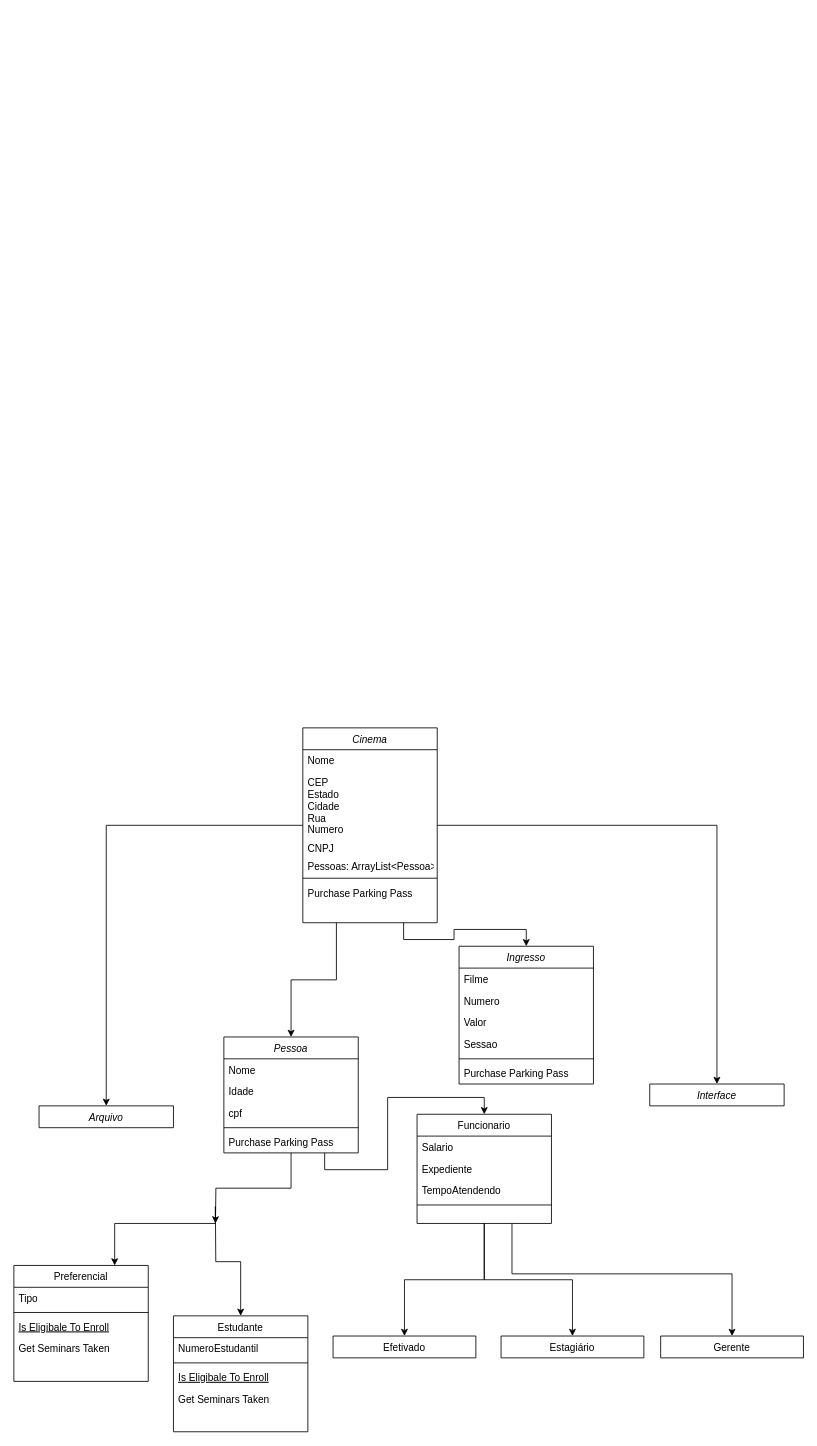
Above: classPPOO.drawio in IsabelleCoelho/Fila_de_Cinema_PPOO (draw.io), before the change. Source tidied: cells renumbered, new cells numbered last; positions are measured from the earlier drawing's top-left corner, leaving out a move shared by most shapes. Both pictures are drawn from the tidied source at 84%, with x=0, y=0 at pixel (13, 727).
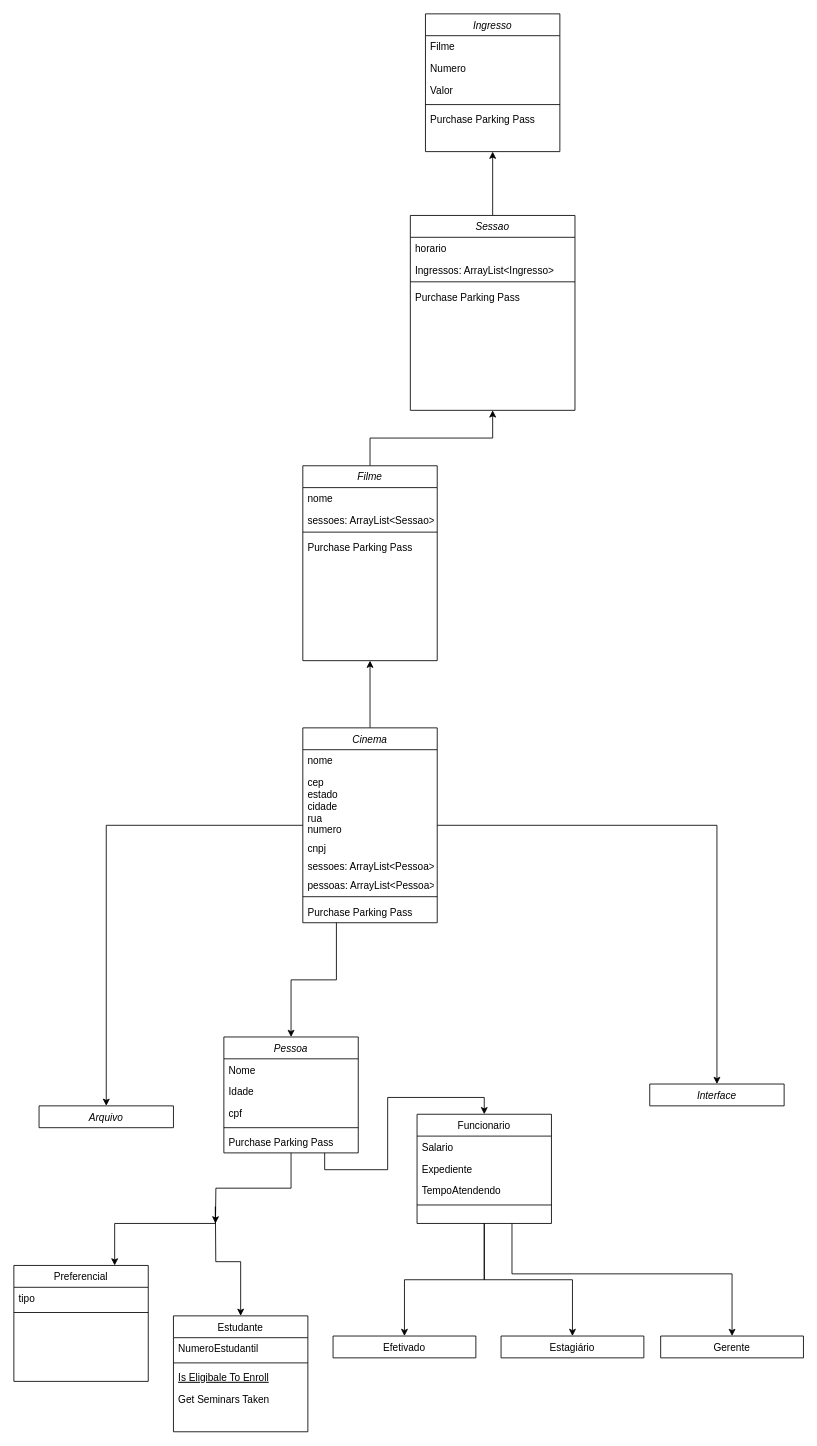
The same diagram, later.

Commit message (it also covers changes not shown here):
Adicionei as classes Filme e Sessao para que fizesse mais sentido na construção do sistema no todo

The change refers to these unchanged cells:
```xml
<mxCell id="18" value="Cinema" style="swimlane;fontStyle=2;align=center;verticalAlign=top;horizontal=1;startSize=26;rounded=0;shadow=0;strokeWidth=1;" parent="1" vertex="1">
  <mxGeometry x="344" width="160" height="232" as="geometry" />
</mxCell>
<mxCell id="43" value="Preferencial" style="swimlane;fontStyle=0;align=center;verticalAlign=top;horizontal=1;startSize=26;rounded=0;shadow=0;strokeWidth=1;" parent="1" vertex="1">
  <mxGeometry y="640" width="160" height="138" as="geometry" />
</mxCell>
```

The edit, as a diff of the source:
```diff
@@
-    <mxCell id="8" style="edgeStyle=orthogonalEdgeStyle;rounded=0;jettySize=auto;html=1;exitX=0.75;exitY=1;exitDx=0;exitDy=0;entryX=0.5;entryY=0;entryDx=0;entryDy=0;" parent="1" edge="1" source="18" target="31">
-      <mxGeometry relative="1" as="geometry" />
-    </mxCell>
@@
+    <mxCell id="53" style="edgeStyle=orthogonalEdgeStyle;rounded=0;jettySize=auto;html=1;" parent="1" edge="1" source="18" target="61">
+      <mxGeometry relative="1" as="geometry" />
+    </mxCell>
@@
-    <mxCell id="19" value="Nome" style="text;align=left;verticalAlign=top;spacingLeft=4;spacingRight=4;overflow=hidden;" parent="18" vertex="1">
+    <mxCell id="19" value="nome" style="text;align=left;verticalAlign=top;spacingLeft=4;spacingRight=4;overflow=hidden;" parent="18" vertex="1">
       <mxGeometry y="26" width="160" height="26" as="geometry" />
     </mxCell>
-    <mxCell id="20" value="CEP&#10;Estado&#10;Cidade&#10;Rua&#10;Numero" style="text;align=left;verticalAlign=top;spacingLeft=4;spacingRight=4;overflow=hidden;rounded=0;shadow=0;html=0;" parent="18" vertex="1">
+    <mxCell id="20" value="cep&#10;estado&#10;cidade&#10;rua&#10;numero" style="text;align=left;verticalAlign=top;spacingLeft=4;spacingRight=4;overflow=hidden;rounded=0;shadow=0;html=0;" parent="18" vertex="1">
       <mxGeometry y="52" width="160" height="78" as="geometry" />
     </mxCell>
-    <mxCell id="21" value="CNPJ" style="text;align=left;verticalAlign=top;spacingLeft=4;spacingRight=4;overflow=hidden;rounded=0;shadow=0;html=0;" parent="18" vertex="1">
+    <mxCell id="21" value="cnpj" style="text;align=left;verticalAlign=top;spacingLeft=4;spacingRight=4;overflow=hidden;rounded=0;shadow=0;html=0;" parent="18" vertex="1">
       <mxGeometry y="130" width="160" height="22" as="geometry" />
     </mxCell>
+    <mxCell id="54" value="sessoes: ArrayList&lt;Pessoa&gt;" style="text;align=left;verticalAlign=top;spacingLeft=4;spacingRight=4;overflow=hidden;rounded=0;shadow=0;html=0;" parent="18" vertex="1">
+      <mxGeometry y="152" width="160" height="22" as="geometry" />
+    </mxCell>
-    <mxCell id="22" value="Pessoas: ArrayList&lt;Pessoa&gt;" style="text;align=left;verticalAlign=top;spacingLeft=4;spacingRight=4;overflow=hidden;rounded=0;shadow=0;html=0;" parent="18" vertex="1">
-      <mxGeometry y="152" width="160" height="22" as="geometry" />
+    <mxCell id="22" value="pessoas: ArrayList&lt;Pessoa&gt;" style="text;align=left;verticalAlign=top;spacingLeft=4;spacingRight=4;overflow=hidden;rounded=0;shadow=0;html=0;" parent="18" vertex="1">
+      <mxGeometry y="174" width="160" height="22" as="geometry" />
     </mxCell>
     <mxCell id="23" style="line;html=1;strokeWidth=1;align=left;verticalAlign=middle;spacingTop=-1;spacingLeft=3;spacingRight=3;labelPosition=right;" parent="18" vertex="1">
-      <mxGeometry y="174" width="160" height="10" as="geometry" />
+      <mxGeometry y="196" width="160" height="10" as="geometry" />
     </mxCell>
     <mxCell id="24" value="Purchase Parking Pass" style="text;align=left;verticalAlign=top;spacingLeft=4;spacingRight=4;overflow=hidden;" parent="18" vertex="1">
-      <mxGeometry y="184" width="160" height="26" as="geometry" />
+      <mxGeometry y="206" width="160" height="26" as="geometry" />
     </mxCell>
@@
-    <mxCell id="31" value="Ingresso" style="swimlane;fontStyle=2;align=center;verticalAlign=top;horizontal=1;startSize=26;rounded=0;shadow=0;strokeWidth=1;" parent="1" vertex="1">
-      <mxGeometry x="530" y="260" width="160" height="164" as="geometry" />
-    </mxCell>
-    <mxCell id="32" value="Filme" style="text;align=left;verticalAlign=top;spacingLeft=4;spacingRight=4;overflow=hidden;" parent="31" vertex="1">
-      <mxGeometry y="26" width="160" height="26" as="geometry" />
-    </mxCell>
-    <mxCell id="33" value="Numero" style="text;align=left;verticalAlign=top;spacingLeft=4;spacingRight=4;overflow=hidden;rounded=0;shadow=0;html=0;" parent="31" vertex="1">
-      <mxGeometry y="52" width="160" height="26" as="geometry" />
-    </mxCell>
-    <mxCell id="34" value="Valor" style="text;align=left;verticalAlign=top;spacingLeft=4;spacingRight=4;overflow=hidden;rounded=0;shadow=0;html=0;" parent="31" vertex="1">
-      <mxGeometry y="78" width="160" height="26" as="geometry" />
-    </mxCell>
-    <mxCell id="35" value="Sessao" style="text;align=left;verticalAlign=top;spacingLeft=4;spacingRight=4;overflow=hidden;points=[[0,0.5],[1,0.5]];portConstraint=eastwest;rounded=0;shadow=0;html=0;" parent="31" vertex="1">
-      <mxGeometry y="104" width="160" height="26" as="geometry" />
-    </mxCell>
-    <mxCell id="36" style="line;html=1;strokeWidth=1;align=left;verticalAlign=middle;spacingTop=-1;spacingLeft=3;spacingRight=3;labelPosition=right;" parent="31" vertex="1">
-      <mxGeometry y="130" width="160" height="8" as="geometry" />
-    </mxCell>
-    <mxCell id="37" value="Purchase Parking Pass" style="text;align=left;verticalAlign=top;spacingLeft=4;spacingRight=4;overflow=hidden;" parent="31" vertex="1">
-      <mxGeometry y="138" width="160" height="26" as="geometry" />
-    </mxCell>
@@
-    <mxCell id="44" value="Tipo" style="text;align=left;verticalAlign=top;spacingLeft=4;spacingRight=4;overflow=hidden;" parent="43" vertex="1">
+    <mxCell id="44" value="tipo" style="text;align=left;verticalAlign=top;spacingLeft=4;spacingRight=4;overflow=hidden;" parent="43" vertex="1">
       <mxGeometry y="26" width="160" height="26" as="geometry" />
     </mxCell>
@@
-    <mxCell id="46" value="Is Eligibale To Enroll" style="text;align=left;verticalAlign=top;spacingLeft=4;spacingRight=4;overflow=hidden;fontStyle=4;" parent="43" vertex="1">
-      <mxGeometry y="60" width="160" height="26" as="geometry" />
-    </mxCell>
-    <mxCell id="47" value="Get Seminars Taken" style="text;align=left;verticalAlign=top;spacingLeft=4;spacingRight=4;overflow=hidden;" parent="43" vertex="1">
-      <mxGeometry y="86" width="160" height="26" as="geometry" />
-    </mxCell>
@@
+    <mxCell id="55" style="edgeStyle=orthogonalEdgeStyle;rounded=0;jettySize=auto;html=1;exitX=0.5;exitY=0;exitDx=0;exitDy=0;entryX=0.5;entryY=1;entryDx=0;entryDy=0;" parent="1" edge="1" source="35" target="31">
+      <mxGeometry relative="1" as="geometry" />
+    </mxCell>
+    <mxCell id="31" value="Ingresso" style="swimlane;fontStyle=2;align=center;verticalAlign=top;horizontal=1;startSize=26;rounded=0;shadow=0;strokeWidth=1;" parent="1" vertex="1">
+      <mxGeometry x="490" y="-850" width="160" height="164" as="geometry" />
+    </mxCell>
+    <mxCell id="32" value="Filme" style="text;align=left;verticalAlign=top;spacingLeft=4;spacingRight=4;overflow=hidden;" parent="31" vertex="1">
+      <mxGeometry y="26" width="160" height="26" as="geometry" />
+    </mxCell>
+    <mxCell id="33" value="Numero" style="text;align=left;verticalAlign=top;spacingLeft=4;spacingRight=4;overflow=hidden;rounded=0;shadow=0;html=0;" parent="31" vertex="1">
+      <mxGeometry y="52" width="160" height="26" as="geometry" />
+    </mxCell>
+    <mxCell id="34" value="Valor" style="text;align=left;verticalAlign=top;spacingLeft=4;spacingRight=4;overflow=hidden;rounded=0;shadow=0;html=0;" parent="31" vertex="1">
+      <mxGeometry y="78" width="160" height="26" as="geometry" />
+    </mxCell>
+    <mxCell id="36" style="line;html=1;strokeWidth=1;align=left;verticalAlign=middle;spacingTop=-1;spacingLeft=3;spacingRight=3;labelPosition=right;" parent="31" vertex="1">
+      <mxGeometry y="104" width="160" height="8" as="geometry" />
+    </mxCell>
+    <mxCell id="37" value="Purchase Parking Pass" style="text;align=left;verticalAlign=top;spacingLeft=4;spacingRight=4;overflow=hidden;" parent="31" vertex="1">
+      <mxGeometry y="112" width="160" height="26" as="geometry" />
+    </mxCell>
+    <mxCell id="35" value="Sessao" style="swimlane;fontStyle=2;align=center;verticalAlign=top;horizontal=1;startSize=26;rounded=0;shadow=0;strokeWidth=1;" parent="1" vertex="1">
+      <mxGeometry x="472" y="-610" width="196" height="232" as="geometry" />
+    </mxCell>
+    <mxCell id="56" value="horario" style="text;align=left;verticalAlign=top;spacingLeft=4;spacingRight=4;overflow=hidden;" parent="35" vertex="1">
+      <mxGeometry y="26" width="196" height="26" as="geometry" />
+    </mxCell>
+    <mxCell id="57" value="Ingressos: ArrayList&lt;Ingresso&gt;" style="text;align=left;verticalAlign=top;spacingLeft=4;spacingRight=4;overflow=hidden;rounded=0;shadow=0;html=0;" parent="35" vertex="1">
+      <mxGeometry y="52" width="196" height="22" as="geometry" />
+    </mxCell>
+    <mxCell id="58" style="line;html=1;strokeWidth=1;align=left;verticalAlign=middle;spacingTop=-1;spacingLeft=3;spacingRight=3;labelPosition=right;" parent="35" vertex="1">
+      <mxGeometry y="74" width="196" height="10" as="geometry" />
+    </mxCell>
+    <mxCell id="59" value="Purchase Parking Pass" style="text;align=left;verticalAlign=top;spacingLeft=4;spacingRight=4;overflow=hidden;" parent="35" vertex="1">
+      <mxGeometry y="84" width="196" height="26" as="geometry" />
+    </mxCell>
+    <mxCell id="60" style="edgeStyle=orthogonalEdgeStyle;rounded=0;jettySize=auto;html=1;exitX=0.5;exitY=0;exitDx=0;exitDy=0;entryX=0.5;entryY=1;entryDx=0;entryDy=0;" parent="1" edge="1" source="61" target="35">
+      <mxGeometry relative="1" as="geometry" />
+    </mxCell>
+    <mxCell id="61" value="Filme" style="swimlane;fontStyle=2;align=center;verticalAlign=top;horizontal=1;startSize=26;rounded=0;shadow=0;strokeWidth=1;" parent="1" vertex="1">
+      <mxGeometry x="344" y="-312" width="160" height="232" as="geometry" />
+    </mxCell>
+    <mxCell id="62" value="nome" style="text;align=left;verticalAlign=top;spacingLeft=4;spacingRight=4;overflow=hidden;" parent="61" vertex="1">
+      <mxGeometry y="26" width="160" height="26" as="geometry" />
+    </mxCell>
+    <mxCell id="63" value="sessoes: ArrayList&lt;Sessao&gt;" style="text;align=left;verticalAlign=top;spacingLeft=4;spacingRight=4;overflow=hidden;rounded=0;shadow=0;html=0;" parent="61" vertex="1">
+      <mxGeometry y="52" width="160" height="22" as="geometry" />
+    </mxCell>
+    <mxCell id="64" style="line;html=1;strokeWidth=1;align=left;verticalAlign=middle;spacingTop=-1;spacingLeft=3;spacingRight=3;labelPosition=right;" parent="61" vertex="1">
+      <mxGeometry y="74" width="160" height="10" as="geometry" />
+    </mxCell>
+    <mxCell id="65" value="Purchase Parking Pass" style="text;align=left;verticalAlign=top;spacingLeft=4;spacingRight=4;overflow=hidden;" parent="61" vertex="1">
+      <mxGeometry y="84" width="160" height="26" as="geometry" />
+    </mxCell>
```
